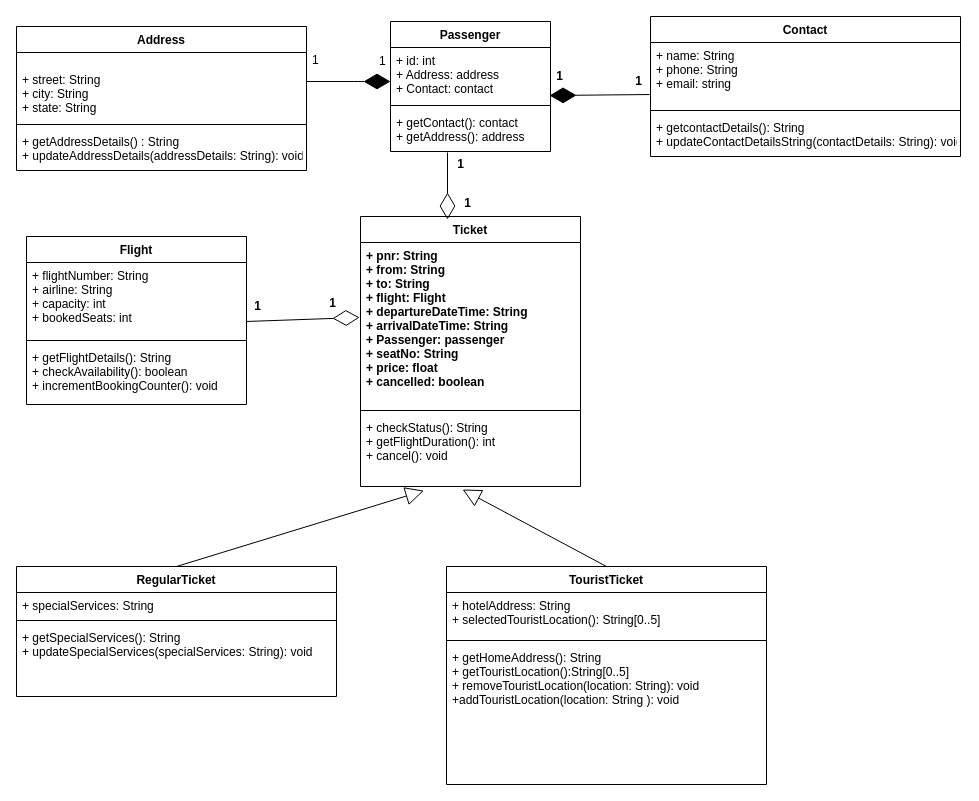
This is frs.drawio from chirag-27/Flight-Reservation-System, a draw.io file, before an edit. Source tidied: cells renumbered, new cells numbered last; positions are measured from the earlier drawing's top-left corner, leaving out a move shared by most shapes. Both pictures are drawn from the tidied source at 100%, with x=0, y=0 at pixel (16, 16).
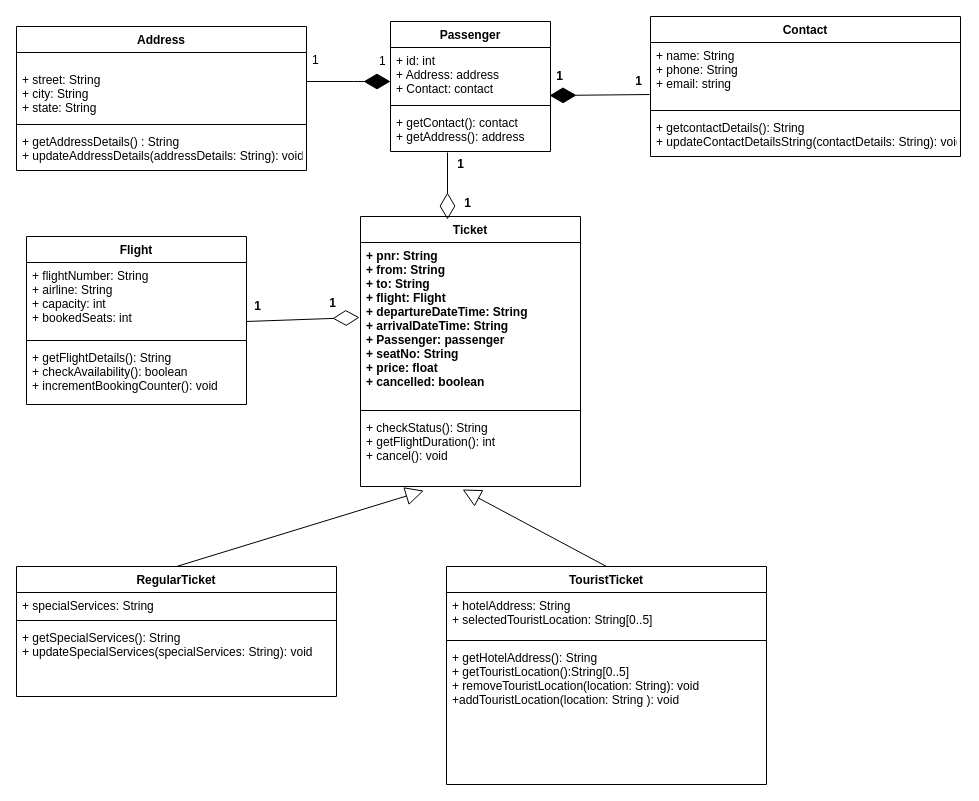
After the change.

Commit message:
minor changes in UML diagram

The change refers to these unchanged cells:
```xml
<mxCell id="27" value="TouristTicket" style="swimlane;fontStyle=1;align=center;verticalAlign=top;horizontal=1;startSize=26;" parent="1" vertex="1">
  <mxGeometry x="430" y="550" width="320" height="218" as="geometry" />
</mxCell>
```

The edit, as a diff of the source:
```diff
@@
-    <mxCell id="28" value="+ hotelAddress: String&#10;+ selectedTouristLocation(): String[0..5]" style="text;strokeColor=none;fillColor=none;align=left;verticalAlign=top;spacingLeft=4;spacingRight=4;overflow=hidden;" parent="27" vertex="1">
+    <mxCell id="28" value="+ hotelAddress: String&#10;+ selectedTouristLocation: String[0..5]" style="text;strokeColor=none;fillColor=none;align=left;verticalAlign=top;spacingLeft=4;spacingRight=4;overflow=hidden;" parent="27" vertex="1">
       <mxGeometry y="26" width="320" height="44" as="geometry" />
     </mxCell>
@@
-    <mxCell id="30" value="+ getHomeAddress(): String&#10;+ getTouristLocation():String[0..5]&#10;+ removeTouristLocation(location: String): void&#10;+addTouristLocation(location: String ): void" style="text;strokeColor=none;fillColor=none;align=left;verticalAlign=top;spacingLeft=4;spacingRight=4;overflow=hidden;" parent="27" vertex="1">
+    <mxCell id="30" value="+ getHotelAddress(): String&#10;+ getTouristLocation():String[0..5]&#10;+ removeTouristLocation(location: String): void&#10;+addTouristLocation(location: String ): void" style="text;strokeColor=none;fillColor=none;align=left;verticalAlign=top;spacingLeft=4;spacingRight=4;overflow=hidden;" parent="27" vertex="1">
       <mxGeometry y="78" width="320" height="140" as="geometry" />
     </mxCell>
```
